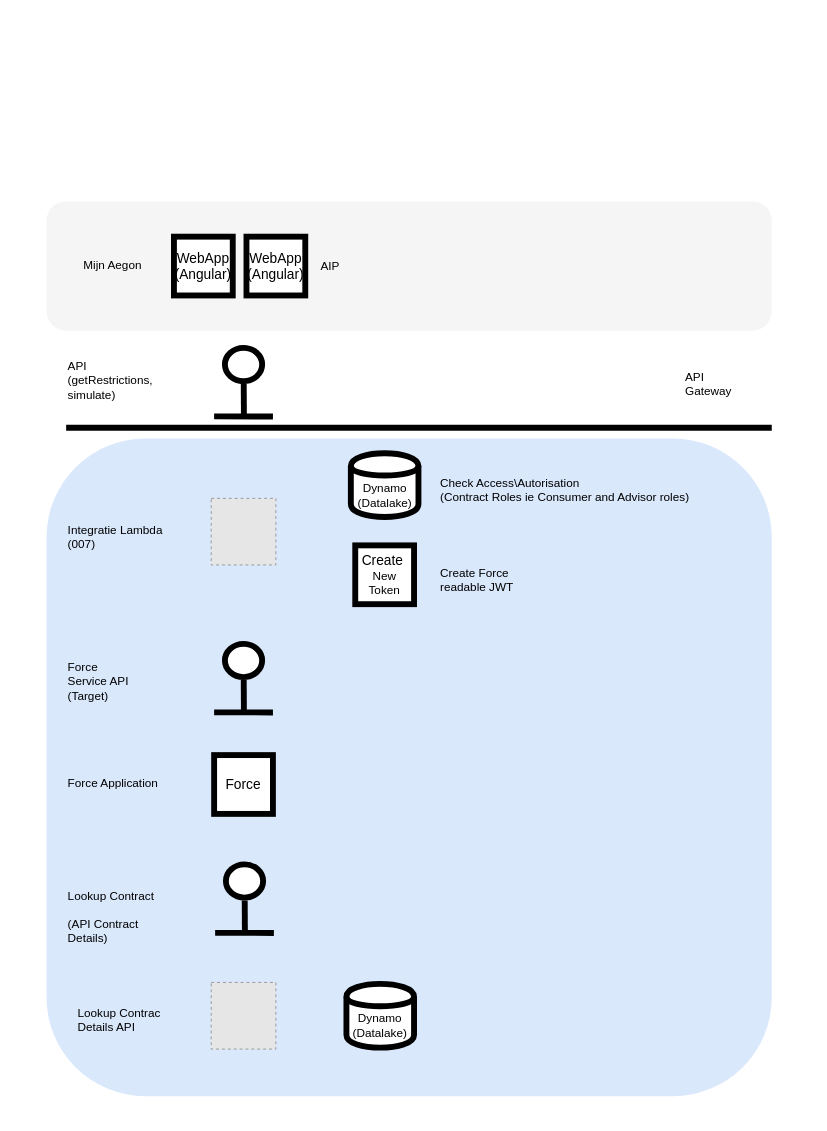
luchthandel/diagrams keeps this draw.io diagram as apis_in_remedy.drawio. Above is the earlier version. Source tidied: cells renumbered, new cells numbered last; positions are measured from the earlier drawing's top-left corner, leaving out a move shared by most shapes. Both pictures are drawn from the tidied source at 98%, with x=0, y=0 at pixel (46, 201). Pictures stored in the file or linked from it are replaced by grey dashed boxes.
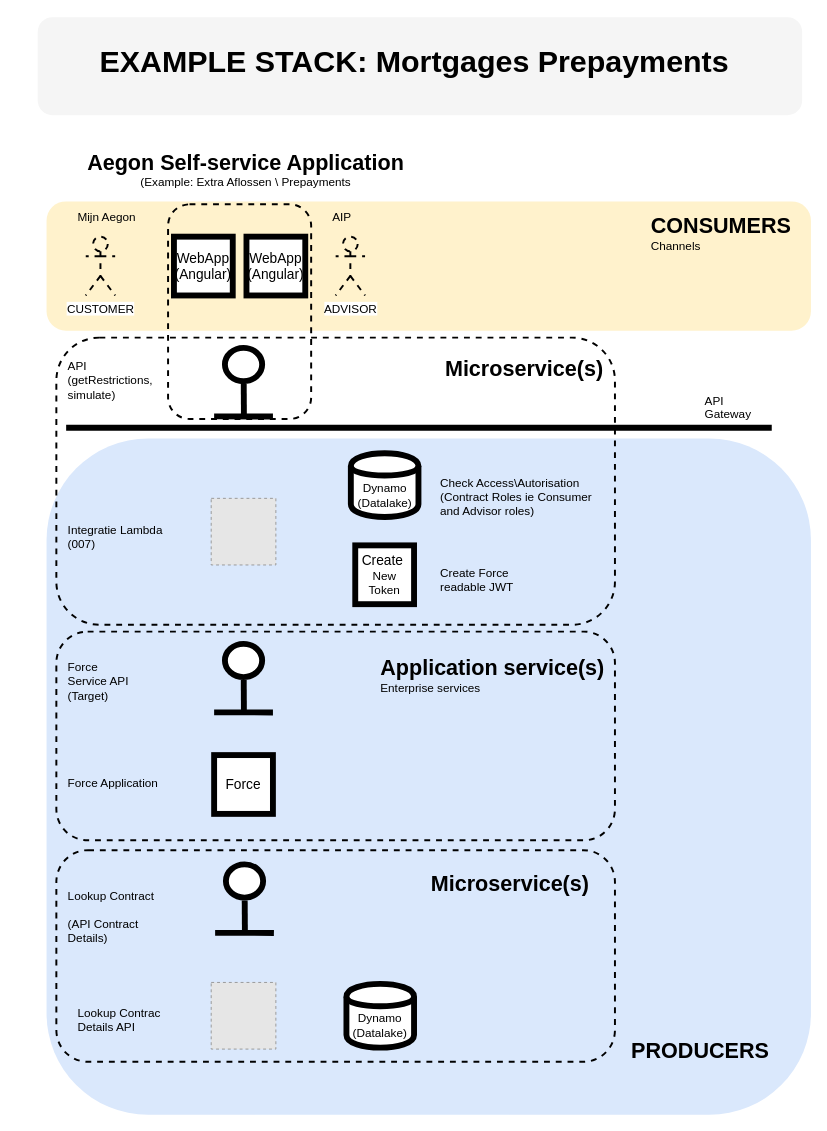
Above is the later version.

Diff of the diagram source:
```diff
@@
+    <mxCell id="36" style="rounded=1;whiteSpace=wrap;html=1;strokeWidth=6;fillColor=#f5f5f5;strokeColor=none;fontColor=#333333;" parent="1" vertex="1">
+      <mxGeometry x="-9" y="-188" width="780" height="100" as="geometry" />
+    </mxCell>
     <mxCell id="2" style="rounded=1;whiteSpace=wrap;html=1;strokeWidth=6;fillColor=#dae8fc;strokeColor=none;" parent="1" vertex="1">
-      <mxGeometry y="242" width="740" height="671" as="geometry" />
+      <mxGeometry y="242" width="780" height="690" as="geometry" />
     </mxCell>
+    <mxCell id="37" style="rounded=1;whiteSpace=wrap;html=1;strokeWidth=2;dashed=1;strokeColor=#000000;fillColor=none;" parent="1" vertex="1">
+      <mxGeometry x="10" y="139" width="570" height="293" as="geometry" />
+    </mxCell>
-    <mxCell id="3" style="rounded=1;whiteSpace=wrap;html=1;strokeWidth=6;fillColor=#f5f5f5;strokeColor=none;fontColor=#333333;" parent="1" vertex="1">
-      <mxGeometry width="740" height="132" as="geometry" />
+    <mxCell id="3" style="rounded=1;whiteSpace=wrap;html=1;strokeWidth=6;fillColor=#fff2cc;strokeColor=none;" parent="1" vertex="1">
+      <mxGeometry width="780" height="132" as="geometry" />
     </mxCell>
@@
     <mxCell id="17" value="Mijn Aegon" style="text;html=1;" parent="1" vertex="1">
-      <mxGeometry x="36" y="51" width="80" height="30" as="geometry" />
+      <mxGeometry x="30" y="3" width="80" height="30" as="geometry" />
     </mxCell>
@@
-    <mxCell id="21" value="Check Access\Autorisation&lt;br&gt;(Contract Roles ie Consumer and Advisor roles)&lt;br&gt;" style="text;html=1;" parent="1" vertex="1">
+    <mxCell id="21" value="Check Access\Autorisation&lt;br&gt;(Contract Roles ie Consumer &lt;br&gt;and Advisor roles)&lt;br&gt;" style="text;html=1;" parent="1" vertex="1">
       <mxGeometry x="400" y="273.5" width="173" height="30" as="geometry" />
     </mxCell>
@@
     <mxCell id="33" value="AIP" style="text;html=1;" parent="1" vertex="1">
-      <mxGeometry x="278" y="53" width="80" height="30" as="geometry" />
+      <mxGeometry x="290" y="3" width="80" height="30" as="geometry" />
     </mxCell>
@@
     <mxCell id="35" value="API&lt;br&gt;Gateway&lt;br&gt;" style="text;html=1;" parent="1" vertex="1">
-      <mxGeometry x="650" y="165.5" width="80" height="30" as="geometry" />
+      <mxGeometry x="670" y="189.5" width="80" height="30" as="geometry" />
     </mxCell>
+    <mxCell id="38" style="rounded=1;whiteSpace=wrap;html=1;strokeWidth=2;dashed=1;strokeColor=#000000;fillColor=none;" parent="1" vertex="1">
+      <mxGeometry x="10" y="439" width="570" height="213" as="geometry" />
+    </mxCell>
+    <mxCell id="39" value="&lt;b&gt;&lt;font style=&quot;font-size: 22px&quot;&gt;CONSUMERS&lt;/font&gt;&lt;/b&gt;&lt;br&gt;Channels&lt;br&gt;" style="text;html=1;" parent="1" vertex="1">
+      <mxGeometry x="615" y="6" width="155" height="30" as="geometry" />
+    </mxCell>
+    <mxCell id="40" value="&lt;b&gt;&lt;font style=&quot;font-size: 22px&quot;&gt;PRODUCERS&lt;/font&gt;&lt;/b&gt;&lt;br&gt;" style="text;html=1;" parent="1" vertex="1">
+      <mxGeometry x="595" y="847.5" width="155" height="35" as="geometry" />
+    </mxCell>
+    <mxCell id="41" value="&lt;b&gt;&lt;font style=&quot;font-size: 22px&quot;&gt;Microservice(s)&lt;/font&gt;&lt;/b&gt;&lt;br&gt;" style="text;html=1;" parent="1" vertex="1">
+      <mxGeometry x="405" y="151.5" width="155" height="35" as="geometry" />
+    </mxCell>
+    <mxCell id="42" value="&lt;b&gt;&lt;font style=&quot;font-size: 22px&quot;&gt;Application service(s)&lt;br&gt;&lt;/font&gt;&lt;/b&gt;Enterprise services&lt;br&gt;" style="text;html=1;" parent="1" vertex="1">
+      <mxGeometry x="339" y="456.5" width="155" height="35" as="geometry" />
+    </mxCell>
+    <mxCell id="43" style="rounded=1;whiteSpace=wrap;html=1;strokeWidth=2;dashed=1;strokeColor=#000000;fillColor=none;" parent="1" vertex="1">
+      <mxGeometry x="10" y="662" width="570" height="216" as="geometry" />
+    </mxCell>
+    <mxCell id="44" value="&lt;b&gt;&lt;font style=&quot;font-size: 22px&quot;&gt;Microservice(s)&lt;/font&gt;&lt;/b&gt;&lt;br&gt;" style="text;html=1;align=right;" parent="1" vertex="1">
+      <mxGeometry x="400" y="677" width="155" height="35" as="geometry" />
+    </mxCell>
+    <mxCell id="45" style="rounded=1;whiteSpace=wrap;html=1;strokeWidth=2;dashed=1;strokeColor=#000000;fillColor=none;" parent="1" vertex="1">
+      <mxGeometry x="124" y="3" width="146" height="219" as="geometry" />
+    </mxCell>
+    <mxCell id="46" value="&lt;b&gt;&lt;font style=&quot;font-size: 22px&quot;&gt;Aegon Self-service Application&lt;br&gt;&lt;/font&gt;&lt;/b&gt;(Example: Extra Aflossen \ Prepayments&lt;br&gt;" style="text;html=1;align=center;" parent="1" vertex="1">
+      <mxGeometry x="50" y="-59" width="305" height="35" as="geometry" />
+    </mxCell>
+    <mxCell id="47" value="CUSTOMER" style="shape=umlActor;verticalLabelPosition=bottom;labelBackgroundColor=#ffffff;verticalAlign=top;html=1;dashed=1;strokeColor=#000000;strokeWidth=2;fillColor=none;align=center;" parent="1" vertex="1">
+      <mxGeometry x="40" y="36" width="30" height="60" as="geometry" />
+    </mxCell>
+    <mxCell id="48" value="ADVISOR" style="shape=umlActor;verticalLabelPosition=bottom;labelBackgroundColor=#ffffff;verticalAlign=top;html=1;dashed=1;strokeColor=#000000;strokeWidth=2;fillColor=none;align=center;" parent="1" vertex="1">
+      <mxGeometry x="295" y="36" width="30" height="60" as="geometry" />
+    </mxCell>
+    <mxCell id="49" value="&lt;span style=&quot;font-size: 31px;&quot;&gt;&lt;b style=&quot;font-size: 31px;&quot;&gt;EXAMPLE STACK: Mortgages Prepayments&lt;/b&gt;&lt;/span&gt;" style="text;html=1;fontSize=31;align=center;" parent="1" vertex="1">
+      <mxGeometry x="-30" y="-168" width="810" height="30" as="geometry" />
+    </mxCell>
```
